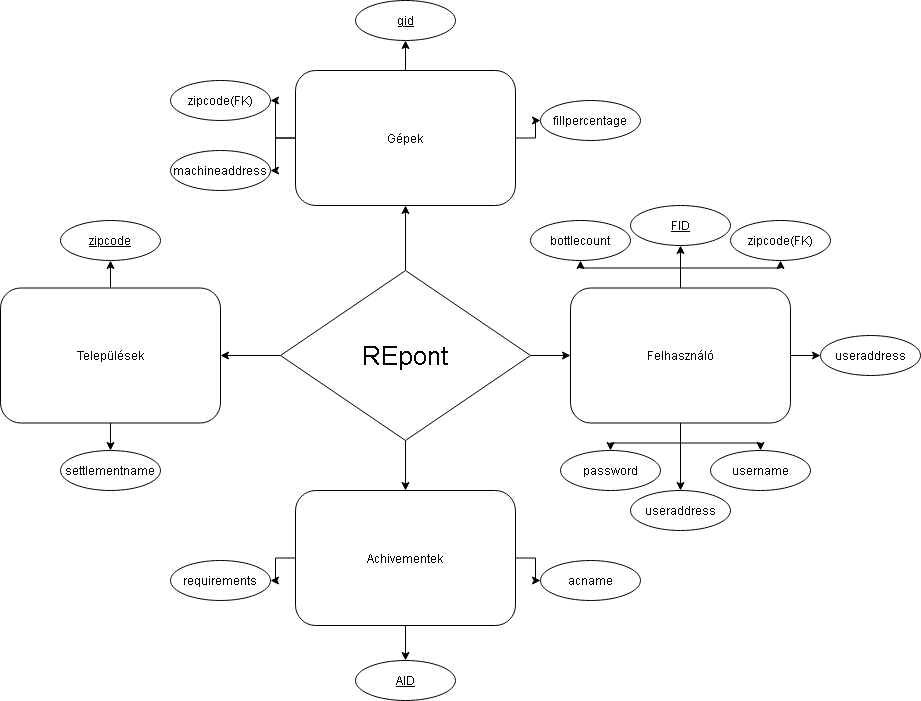
kristonflorian/Csoportos-feladat keeps this draw.io diagram as Documentation/ER DIAGRAM.png. Above is the earlier version. Source tidied: cells renumbered, new cells last; positions are measured from the earlier drawing's top-left corner, leaving out a move shared by most shapes.
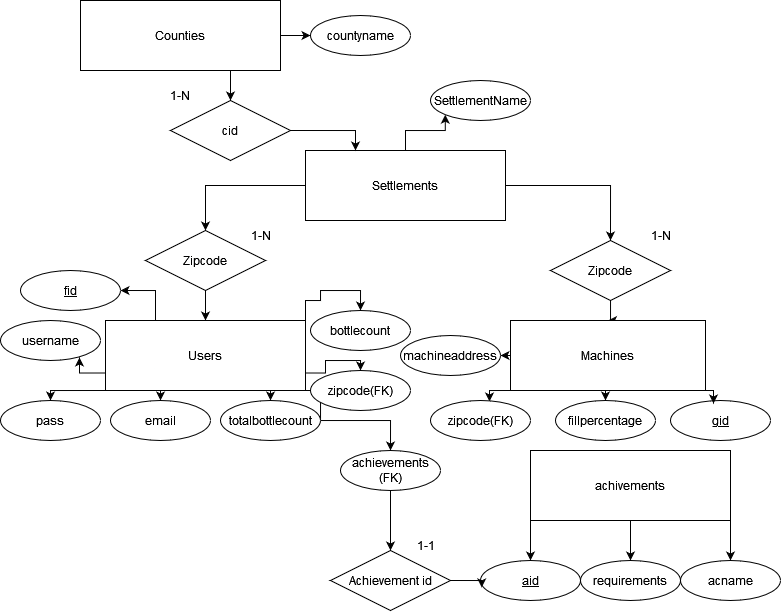
The same file after the commit.

Change to the diagram source:
```diff
@@ -2,128 +2,197 @@
   <root>
     <mxCell id="0" />
     <mxCell id="1" parent="0" />
-    <mxCell id="2" style="edgeStyle=orthogonalEdgeStyle;rounded=0;jettySize=auto;html=1;" parent="1" edge="1" source="6" target="17">
-      <mxGeometry relative="1" as="geometry" />
-    </mxCell>
-    <mxCell id="3" style="edgeStyle=orthogonalEdgeStyle;rounded=0;jettySize=auto;html=1;" parent="1" edge="1" source="6" target="22">
-      <mxGeometry relative="1" as="geometry" />
-    </mxCell>
-    <mxCell id="4" style="edgeStyle=orthogonalEdgeStyle;rounded=0;jettySize=auto;html=1;" parent="1" edge="1" source="6" target="9">
-      <mxGeometry relative="1" as="geometry" />
-    </mxCell>
-    <mxCell id="5" style="edgeStyle=orthogonalEdgeStyle;rounded=0;jettySize=auto;html=1;" parent="1" edge="1" source="6" target="26">
-      <mxGeometry relative="1" as="geometry" />
-    </mxCell>
-    <mxCell id="6" value="&lt;font style=&quot;font-size: 26px;&quot;&gt;REpont&lt;/font&gt;" style="rhombus;whiteSpace=wrap;html=1;" parent="1" vertex="1">
-      <mxGeometry x="280" y="270" width="250" height="170" as="geometry" />
-    </mxCell>
-    <mxCell id="7" style="edgeStyle=orthogonalEdgeStyle;rounded=0;jettySize=auto;html=1;" parent="1" edge="1" source="9" target="37">
-      <mxGeometry relative="1" as="geometry" />
-    </mxCell>
-    <mxCell id="8" style="edgeStyle=orthogonalEdgeStyle;rounded=0;jettySize=auto;html=1;" parent="1" edge="1" source="9" target="38">
-      <mxGeometry relative="1" as="geometry" />
-    </mxCell>
-    <mxCell id="9" value="Települések" style="rounded=1;whiteSpace=wrap;html=1;" parent="1" vertex="1">
-      <mxGeometry y="287.5" width="220" height="135" as="geometry" />
-    </mxCell>
-    <mxCell id="10" style="edgeStyle=orthogonalEdgeStyle;rounded=0;jettySize=auto;html=1;" parent="1" edge="1" source="17" target="27">
-      <mxGeometry relative="1" as="geometry" />
-    </mxCell>
-    <mxCell id="11" style="edgeStyle=orthogonalEdgeStyle;rounded=0;jettySize=auto;html=1;" parent="1" edge="1" source="17" target="28">
-      <mxGeometry relative="1" as="geometry" />
-    </mxCell>
-    <mxCell id="12" style="edgeStyle=orthogonalEdgeStyle;rounded=0;jettySize=auto;html=1;" parent="1" edge="1" source="17" target="29">
-      <mxGeometry relative="1" as="geometry" />
-    </mxCell>
-    <mxCell id="13" style="edgeStyle=orthogonalEdgeStyle;rounded=0;jettySize=auto;html=1;" parent="1" edge="1" source="17" target="30">
-      <mxGeometry relative="1" as="geometry" />
-    </mxCell>
-    <mxCell id="14" style="edgeStyle=orthogonalEdgeStyle;rounded=0;jettySize=auto;html=1;" parent="1" edge="1" source="17" target="31">
-      <mxGeometry relative="1" as="geometry" />
-    </mxCell>
-    <mxCell id="15" style="edgeStyle=orthogonalEdgeStyle;rounded=0;jettySize=auto;html=1;" parent="1" edge="1" source="17" target="32">
-      <mxGeometry relative="1" as="geometry" />
-    </mxCell>
-    <mxCell id="16" style="edgeStyle=orthogonalEdgeStyle;rounded=0;jettySize=auto;html=1;" parent="1" edge="1" source="17" target="33">
-      <mxGeometry relative="1" as="geometry" />
-    </mxCell>
-    <mxCell id="17" value="Felhasználó" style="rounded=1;whiteSpace=wrap;html=1;" parent="1" vertex="1">
-      <mxGeometry x="570" y="287.5" width="220" height="135" as="geometry" />
-    </mxCell>
-    <mxCell id="18" style="edgeStyle=orthogonalEdgeStyle;rounded=0;jettySize=auto;html=1;" parent="1" edge="1" source="22" target="39">
-      <mxGeometry relative="1" as="geometry" />
-    </mxCell>
-    <mxCell id="19" style="edgeStyle=orthogonalEdgeStyle;rounded=0;jettySize=auto;html=1;" parent="1" edge="1" source="22" target="40">
-      <mxGeometry relative="1" as="geometry" />
-    </mxCell>
-    <mxCell id="20" style="edgeStyle=orthogonalEdgeStyle;rounded=0;jettySize=auto;html=1;" parent="1" edge="1" source="22" target="41">
-      <mxGeometry relative="1" as="geometry" />
-    </mxCell>
-    <mxCell id="21" style="edgeStyle=orthogonalEdgeStyle;rounded=0;jettySize=auto;html=1;" parent="1" edge="1" source="22" target="42">
-      <mxGeometry relative="1" as="geometry" />
-    </mxCell>
-    <mxCell id="22" value="Gépek" style="rounded=1;whiteSpace=wrap;html=1;" parent="1" vertex="1">
-      <mxGeometry x="295" y="70" width="220" height="135" as="geometry" />
-    </mxCell>
-    <mxCell id="23" style="edgeStyle=orthogonalEdgeStyle;rounded=0;jettySize=auto;html=1;" parent="1" edge="1" source="26" target="34">
-      <mxGeometry relative="1" as="geometry" />
-    </mxCell>
-    <mxCell id="24" style="edgeStyle=orthogonalEdgeStyle;rounded=0;jettySize=auto;html=1;" parent="1" edge="1" source="26" target="35">
-      <mxGeometry relative="1" as="geometry" />
-    </mxCell>
-    <mxCell id="25" style="edgeStyle=orthogonalEdgeStyle;rounded=0;jettySize=auto;html=1;" parent="1" edge="1" source="26" target="36">
-      <mxGeometry relative="1" as="geometry" />
-    </mxCell>
-    <mxCell id="26" value="Achivementek" style="rounded=1;whiteSpace=wrap;html=1;" parent="1" vertex="1">
-      <mxGeometry x="295" y="490" width="220" height="135" as="geometry" />
-    </mxCell>
-    <mxCell id="27" value="FID" style="ellipse;whiteSpace=wrap;html=1;align=center;fontStyle=4;" parent="1" vertex="1">
-      <mxGeometry x="630" y="205" width="100" height="40" as="geometry" />
-    </mxCell>
+    <mxCell id="43" style="edgeStyle=orthogonalEdgeStyle;rounded=0;jettySize=auto;html=1;entryX=0.5;entryY=0;entryDx=0;entryDy=0;" parent="1" edge="1" source="63" target="57">
+      <mxGeometry relative="1" as="geometry" />
+    </mxCell>
+    <mxCell id="44" style="edgeStyle=orthogonalEdgeStyle;rounded=0;jettySize=auto;html=1;" parent="1" edge="1" source="61" target="54">
+      <mxGeometry relative="1" as="geometry" />
+    </mxCell>
+    <mxCell id="45" style="edgeStyle=orthogonalEdgeStyle;rounded=0;jettySize=auto;html=1;entryX=0;entryY=1;entryDx=0;entryDy=0;" parent="1" edge="1" source="46" target="64">
+      <mxGeometry relative="1" as="geometry" />
+    </mxCell>
+    <mxCell id="46" value="Settlements" style="whiteSpace=wrap;html=1;align=center;" parent="1" vertex="1">
+      <mxGeometry x="305" y="130" width="200" height="70" as="geometry" />
+    </mxCell>
+    <mxCell id="47" style="edgeStyle=orthogonalEdgeStyle;rounded=0;jettySize=auto;html=1;exitX=0.25;exitY=0;exitDx=0;exitDy=0;entryX=1;entryY=0.5;entryDx=0;entryDy=0;" parent="1" edge="1" source="54" target="73">
+      <mxGeometry relative="1" as="geometry" />
+    </mxCell>
+    <mxCell id="48" style="edgeStyle=orthogonalEdgeStyle;rounded=0;jettySize=auto;html=1;exitX=0;exitY=1;exitDx=0;exitDy=0;entryX=0.5;entryY=0;entryDx=0;entryDy=0;" parent="1" edge="1" source="54" target="75">
+      <mxGeometry relative="1" as="geometry">
+        <Array as="points">
+          <mxPoint x="50" y="370" />
+        </Array>
+      </mxGeometry>
+    </mxCell>
+    <mxCell id="49" style="edgeStyle=orthogonalEdgeStyle;rounded=0;jettySize=auto;html=1;exitX=0.25;exitY=1;exitDx=0;exitDy=0;entryX=0.5;entryY=0;entryDx=0;entryDy=0;" parent="1" edge="1" source="54" target="76">
+      <mxGeometry relative="1" as="geometry" />
+    </mxCell>
+    <mxCell id="50" style="edgeStyle=orthogonalEdgeStyle;rounded=0;jettySize=auto;html=1;exitX=0.75;exitY=1;exitDx=0;exitDy=0;entryX=0.5;entryY=0;entryDx=0;entryDy=0;" parent="1" edge="1" source="54" target="77">
+      <mxGeometry relative="1" as="geometry" />
+    </mxCell>
+    <mxCell id="51" style="edgeStyle=orthogonalEdgeStyle;rounded=0;jettySize=auto;html=1;exitX=1;exitY=0.75;exitDx=0;exitDy=0;entryX=0.5;entryY=0;entryDx=0;entryDy=0;" parent="1" edge="1" source="54" target="78">
+      <mxGeometry relative="1" as="geometry">
+        <Array as="points">
+          <mxPoint x="325" y="353" />
+          <mxPoint x="325" y="340" />
+          <mxPoint x="360" y="340" />
+        </Array>
+      </mxGeometry>
+    </mxCell>
+    <mxCell id="52" style="edgeStyle=orthogonalEdgeStyle;rounded=0;jettySize=auto;html=1;exitX=1;exitY=0;exitDx=0;exitDy=0;entryX=0.5;entryY=0;entryDx=0;entryDy=0;" parent="1" edge="1" source="54" target="32">
+      <mxGeometry relative="1" as="geometry">
+        <Array as="points">
+          <mxPoint x="305" y="280" />
+          <mxPoint x="320" y="280" />
+          <mxPoint x="320" y="270" />
+          <mxPoint x="360" y="270" />
+        </Array>
+      </mxGeometry>
+    </mxCell>
+    <mxCell id="53" style="edgeStyle=orthogonalEdgeStyle;rounded=0;jettySize=auto;html=1;exitX=1;exitY=1;exitDx=0;exitDy=0;" parent="1" edge="1" source="54" target="80">
+      <mxGeometry relative="1" as="geometry">
+        <Array as="points">
+          <mxPoint x="320" y="370" />
+          <mxPoint x="320" y="400" />
+          <mxPoint x="390" y="400" />
+        </Array>
+      </mxGeometry>
+    </mxCell>
+    <mxCell id="54" value="&lt;div&gt;Users&lt;/div&gt;" style="whiteSpace=wrap;html=1;align=center;" parent="1" vertex="1">
+      <mxGeometry x="105" y="300" width="200" height="70" as="geometry" />
+    </mxCell>
+    <mxCell id="55" style="edgeStyle=orthogonalEdgeStyle;rounded=0;jettySize=auto;html=1;exitX=0.5;exitY=1;exitDx=0;exitDy=0;" parent="1" edge="1" source="57">
+      <mxGeometry relative="1" as="geometry">
+        <mxPoint x="605" y="380" as="targetPoint" />
+      </mxGeometry>
+    </mxCell>
+    <mxCell id="56" style="edgeStyle=orthogonalEdgeStyle;rounded=0;jettySize=auto;html=1;exitX=0;exitY=0.5;exitDx=0;exitDy=0;" parent="1" edge="1" source="57" target="42">
+      <mxGeometry relative="1" as="geometry" />
+    </mxCell>
+    <mxCell id="57" value="&lt;div&gt;Machines&lt;/div&gt;" style="whiteSpace=wrap;html=1;align=center;" parent="1" vertex="1">
+      <mxGeometry x="510" y="300" width="195" height="70" as="geometry" />
+    </mxCell>
+    <mxCell id="58" value="&lt;div&gt;1-N&lt;/div&gt;" style="text;html=1;align=center;verticalAlign=middle;strokeColor=none;fillColor=none;" parent="1" vertex="1">
+      <mxGeometry x="240" y="200" width="40" height="30" as="geometry" />
+    </mxCell>
+    <mxCell id="59" value="1-N" style="text;html=1;align=center;verticalAlign=middle;strokeColor=none;fillColor=none;" parent="1" vertex="1">
+      <mxGeometry x="640" y="200" width="40" height="30" as="geometry" />
+    </mxCell>
+    <mxCell id="60" style="edgeStyle=orthogonalEdgeStyle;rounded=0;jettySize=auto;html=1;" parent="1" edge="1" source="46" target="61">
+      <mxGeometry relative="1" as="geometry" />
+    </mxCell>
+    <mxCell id="61" value="&lt;div&gt;Zipcode&lt;/div&gt;" style="shape=rhombus;perimeter=rhombusPerimeter;whiteSpace=wrap;html=1;align=center;" parent="1" vertex="1">
+      <mxGeometry x="145" y="210" width="120" height="60" as="geometry" />
+    </mxCell>
+    <mxCell id="62" style="edgeStyle=orthogonalEdgeStyle;rounded=0;jettySize=auto;html=1;entryX=0.5;entryY=0;entryDx=0;entryDy=0;" parent="1" edge="1" source="46" target="63">
+      <mxGeometry relative="1" as="geometry" />
+    </mxCell>
+    <mxCell id="63" value="Zipcode" style="shape=rhombus;perimeter=rhombusPerimeter;whiteSpace=wrap;html=1;align=center;" parent="1" vertex="1">
+      <mxGeometry x="550" y="220" width="120" height="60" as="geometry" />
+    </mxCell>
+    <mxCell id="64" value="SettlementName" style="ellipse;whiteSpace=wrap;html=1;align=center;" parent="1" vertex="1">
+      <mxGeometry x="430" y="60" width="100" height="40" as="geometry" />
+    </mxCell>
+    <mxCell id="39" value="&lt;u&gt;gid&lt;/u&gt;" style="ellipse;whiteSpace=wrap;html=1;align=center;" parent="1" vertex="1">
+      <mxGeometry x="670" y="380" width="100" height="40" as="geometry" />
+    </mxCell>
+    <mxCell id="65" style="edgeStyle=orthogonalEdgeStyle;rounded=0;jettySize=auto;html=1;exitX=1;exitY=1;exitDx=0;exitDy=0;entryX=0.43;entryY=0.075;entryDx=0;entryDy=0;entryPerimeter=0;" parent="1" edge="1" source="57" target="39">
+      <mxGeometry relative="1" as="geometry" />
+    </mxCell>
+    <mxCell id="66" style="edgeStyle=orthogonalEdgeStyle;rounded=0;jettySize=auto;html=1;exitX=0;exitY=1;exitDx=0;exitDy=0;entryX=0.59;entryY=0.025;entryDx=0;entryDy=0;entryPerimeter=0;" parent="1" edge="1" source="57">
+      <mxGeometry relative="1" as="geometry">
+        <mxPoint x="489" y="381" as="targetPoint" />
+      </mxGeometry>
+    </mxCell>
+    <mxCell id="41" value="fillpercentage" style="ellipse;whiteSpace=wrap;html=1;align=center;" parent="1" vertex="1">
+      <mxGeometry x="555" y="380" width="100" height="40" as="geometry" />
+    </mxCell>
+    <mxCell id="67" value="zipcode(FK)" style="ellipse;whiteSpace=wrap;html=1;align=center;" parent="1" vertex="1">
+      <mxGeometry x="430" y="380" width="100" height="40" as="geometry" />
+    </mxCell>
+    <mxCell id="42" value="machineaddress" style="ellipse;whiteSpace=wrap;html=1;align=center;" parent="1" vertex="1">
+      <mxGeometry x="400" y="315" width="100" height="40" as="geometry" />
+    </mxCell>
+    <mxCell id="68" style="edgeStyle=orthogonalEdgeStyle;rounded=0;jettySize=auto;html=1;exitX=0.5;exitY=1;exitDx=0;exitDy=0;entryX=0.5;entryY=0;entryDx=0;entryDy=0;" parent="1" edge="1" source="71" target="36">
+      <mxGeometry relative="1" as="geometry" />
+    </mxCell>
+    <mxCell id="69" style="edgeStyle=orthogonalEdgeStyle;rounded=0;jettySize=auto;html=1;exitX=1;exitY=1;exitDx=0;exitDy=0;entryX=0.5;entryY=0;entryDx=0;entryDy=0;" parent="1" edge="1" source="71" target="35">
+      <mxGeometry relative="1" as="geometry" />
+    </mxCell>
+    <mxCell id="70" style="edgeStyle=orthogonalEdgeStyle;rounded=0;jettySize=auto;html=1;exitX=0;exitY=1;exitDx=0;exitDy=0;entryX=0.5;entryY=0;entryDx=0;entryDy=0;" parent="1" edge="1" source="71" target="72">
+      <mxGeometry relative="1" as="geometry" />
+    </mxCell>
+    <mxCell id="71" value="achivements" style="whiteSpace=wrap;html=1;align=center;" parent="1" vertex="1">
+      <mxGeometry x="530" y="430" width="200" height="70" as="geometry" />
+    </mxCell>
+    <mxCell id="72" value="aid" style="ellipse;whiteSpace=wrap;html=1;align=center;fontStyle=4;" parent="1" vertex="1">
+      <mxGeometry x="480" y="540" width="100" height="40" as="geometry" />
+    </mxCell>
+    <mxCell id="36" value="requirements" style="ellipse;whiteSpace=wrap;html=1;align=center;" parent="1" vertex="1">
+      <mxGeometry x="580" y="540" width="100" height="40" as="geometry" />
+    </mxCell>
+    <mxCell id="35" value="acname" style="ellipse;whiteSpace=wrap;html=1;align=center;" parent="1" vertex="1">
+      <mxGeometry x="680" y="540" width="100" height="40" as="geometry" />
+    </mxCell>
+    <mxCell id="73" value="fid" style="ellipse;whiteSpace=wrap;html=1;align=center;fontStyle=4;" parent="1" vertex="1">
+      <mxGeometry x="20" y="250" width="100" height="40" as="geometry" />
+    </mxCell>
     <mxCell id="28" value="username" style="ellipse;whiteSpace=wrap;html=1;align=center;" parent="1" vertex="1">
-      <mxGeometry x="710" y="450" width="100" height="40" as="geometry" />
+      <mxGeometry y="300" width="100" height="40" as="geometry" />
     </mxCell>
-    <mxCell id="29" value="password" style="ellipse;whiteSpace=wrap;html=1;align=center;" parent="1" vertex="1">
-      <mxGeometry x="560" y="450" width="100" height="40" as="geometry" />
-    </mxCell>
-    <mxCell id="30" value="useraddress" style="ellipse;whiteSpace=wrap;html=1;align=center;" parent="1" vertex="1">
-      <mxGeometry x="630" y="490" width="100" height="40" as="geometry" />
-    </mxCell>
-    <mxCell id="31" value="zipcode(FK)" style="ellipse;whiteSpace=wrap;html=1;align=center;" parent="1" vertex="1">
-      <mxGeometry x="730" y="220" width="100" height="40" as="geometry" />
-    </mxCell>
+    <mxCell id="74" style="edgeStyle=orthogonalEdgeStyle;rounded=0;jettySize=auto;html=1;exitX=0;exitY=0.75;exitDx=0;exitDy=0;entryX=0.79;entryY=0.925;entryDx=0;entryDy=0;entryPerimeter=0;" parent="1" edge="1" source="54" target="28">
+      <mxGeometry relative="1" as="geometry" />
+    </mxCell>
+    <mxCell id="75" value="pass" style="ellipse;whiteSpace=wrap;html=1;align=center;" parent="1" vertex="1">
+      <mxGeometry y="380" width="100" height="40" as="geometry" />
+    </mxCell>
+    <mxCell id="76" value="email" style="ellipse;whiteSpace=wrap;html=1;align=center;" parent="1" vertex="1">
+      <mxGeometry x="110" y="380" width="100" height="40" as="geometry" />
+    </mxCell>
+    <mxCell id="77" value="totalbottlecount" style="ellipse;whiteSpace=wrap;html=1;align=center;" parent="1" vertex="1">
+      <mxGeometry x="220" y="380" width="100" height="40" as="geometry" />
+    </mxCell>
+    <mxCell id="78" value="zipcode(FK)" style="ellipse;whiteSpace=wrap;html=1;align=center;" parent="1" vertex="1">
+      <mxGeometry x="310" y="350" width="100" height="40" as="geometry" />
+    </mxCell>
     <mxCell id="32" value="bottlecount" style="ellipse;whiteSpace=wrap;html=1;align=center;" parent="1" vertex="1">
-      <mxGeometry x="530" y="220" width="100" height="40" as="geometry" />
+      <mxGeometry x="310" y="290" width="100" height="40" as="geometry" />
     </mxCell>
-    <mxCell id="33" value="useraddress" style="ellipse;whiteSpace=wrap;html=1;align=center;" parent="1" vertex="1">
-      <mxGeometry x="820" y="335" width="100" height="40" as="geometry" />
-    </mxCell>
-    <mxCell id="34" value="AID" style="ellipse;whiteSpace=wrap;html=1;align=center;fontStyle=4;" parent="1" vertex="1">
-      <mxGeometry x="355" y="660" width="100" height="40" as="geometry" />
-    </mxCell>
-    <mxCell id="35" value="acname" style="ellipse;whiteSpace=wrap;html=1;align=center;" parent="1" vertex="1">
-      <mxGeometry x="540" y="560" width="100" height="40" as="geometry" />
-    </mxCell>
-    <mxCell id="36" value="requirements" style="ellipse;whiteSpace=wrap;html=1;align=center;" parent="1" vertex="1">
-      <mxGeometry x="170" y="560" width="100" height="40" as="geometry" />
-    </mxCell>
-    <mxCell id="37" value="zipcode" style="ellipse;whiteSpace=wrap;html=1;align=center;fontStyle=4;" parent="1" vertex="1">
-      <mxGeometry x="60" y="220" width="100" height="40" as="geometry" />
-    </mxCell>
-    <mxCell id="38" value="settlementname" style="ellipse;whiteSpace=wrap;html=1;align=center;" parent="1" vertex="1">
-      <mxGeometry x="60" y="450" width="100" height="40" as="geometry" />
-    </mxCell>
-    <mxCell id="39" value="gid" style="ellipse;whiteSpace=wrap;html=1;align=center;fontStyle=4;" parent="1" vertex="1">
-      <mxGeometry x="355" width="100" height="40" as="geometry" />
-    </mxCell>
-    <mxCell id="40" value="zipcode(FK)" style="ellipse;whiteSpace=wrap;html=1;align=center;" parent="1" vertex="1">
-      <mxGeometry x="170" y="80" width="100" height="40" as="geometry" />
-    </mxCell>
-    <mxCell id="41" value="fillpercentage" style="ellipse;whiteSpace=wrap;html=1;align=center;" parent="1" vertex="1">
-      <mxGeometry x="540" y="100" width="100" height="40" as="geometry" />
-    </mxCell>
-    <mxCell id="42" value="machineaddress" style="ellipse;whiteSpace=wrap;html=1;align=center;" parent="1" vertex="1">
-      <mxGeometry x="170" y="150" width="100" height="40" as="geometry" />
-    </mxCell>
+    <mxCell id="79" style="edgeStyle=orthogonalEdgeStyle;rounded=0;jettySize=auto;html=1;exitX=0.5;exitY=1;exitDx=0;exitDy=0;entryX=0.5;entryY=0;entryDx=0;entryDy=0;" parent="1" edge="1" source="80" target="88">
+      <mxGeometry relative="1" as="geometry" />
+    </mxCell>
+    <mxCell id="80" value="achievements (FK)" style="ellipse;whiteSpace=wrap;html=1;align=center;" parent="1" vertex="1">
+      <mxGeometry x="340" y="430" width="100" height="40" as="geometry" />
+    </mxCell>
+    <mxCell id="81" style="edgeStyle=orthogonalEdgeStyle;rounded=0;jettySize=auto;html=1;exitX=0.75;exitY=1;exitDx=0;exitDy=0;entryX=0.5;entryY=0;entryDx=0;entryDy=0;" parent="1" edge="1" source="83" target="85">
+      <mxGeometry relative="1" as="geometry" />
+    </mxCell>
+    <mxCell id="82" style="edgeStyle=orthogonalEdgeStyle;rounded=0;jettySize=auto;html=1;exitX=1;exitY=0.5;exitDx=0;exitDy=0;entryX=0;entryY=0.5;entryDx=0;entryDy=0;" parent="1" edge="1" source="83" target="87">
+      <mxGeometry relative="1" as="geometry" />
+    </mxCell>
+    <mxCell id="83" value="&lt;div&gt;Counties&lt;/div&gt;" style="whiteSpace=wrap;html=1;align=center;" parent="1" vertex="1">
+      <mxGeometry x="80" y="-20" width="200" height="70" as="geometry" />
+    </mxCell>
+    <mxCell id="84" style="edgeStyle=orthogonalEdgeStyle;rounded=0;jettySize=auto;html=1;exitX=1;exitY=0.5;exitDx=0;exitDy=0;entryX=0.25;entryY=0;entryDx=0;entryDy=0;" parent="1" edge="1" source="85" target="46">
+      <mxGeometry relative="1" as="geometry" />
+    </mxCell>
+    <mxCell id="85" value="cid" style="shape=rhombus;perimeter=rhombusPerimeter;whiteSpace=wrap;html=1;align=center;" parent="1" vertex="1">
+      <mxGeometry x="170" y="80" width="120" height="60" as="geometry" />
+    </mxCell>
+    <mxCell id="86" value="1-N" style="text;html=1;align=center;verticalAlign=middle;whiteSpace=wrap;rounded=0;" parent="1" vertex="1">
+      <mxGeometry x="150" y="60" width="60" height="30" as="geometry" />
+    </mxCell>
+    <mxCell id="87" value="countyname" style="ellipse;whiteSpace=wrap;html=1;align=center;" parent="1" vertex="1">
+      <mxGeometry x="310" y="-5" width="100" height="40" as="geometry" />
+    </mxCell>
+    <mxCell id="88" value="Achievement id" style="shape=rhombus;perimeter=rhombusPerimeter;whiteSpace=wrap;html=1;align=center;" parent="1" vertex="1">
+      <mxGeometry x="330" y="530" width="120" height="60" as="geometry" />
+    </mxCell>
+    <mxCell id="89" style="edgeStyle=orthogonalEdgeStyle;rounded=0;jettySize=auto;html=1;exitX=1;exitY=0.5;exitDx=0;exitDy=0;entryX=0.012;entryY=0.672;entryDx=0;entryDy=0;entryPerimeter=0;" parent="1" edge="1" source="88" target="72">
+      <mxGeometry relative="1" as="geometry" />
+    </mxCell>
+    <mxCell id="90" value="1-1" style="text;html=1;align=center;verticalAlign=middle;strokeColor=none;fillColor=none;" parent="1" vertex="1">
+      <mxGeometry x="405" y="510" width="40" height="30" as="geometry" />
+    </mxCell>
   </root>
 </mxGraphModel>
```
